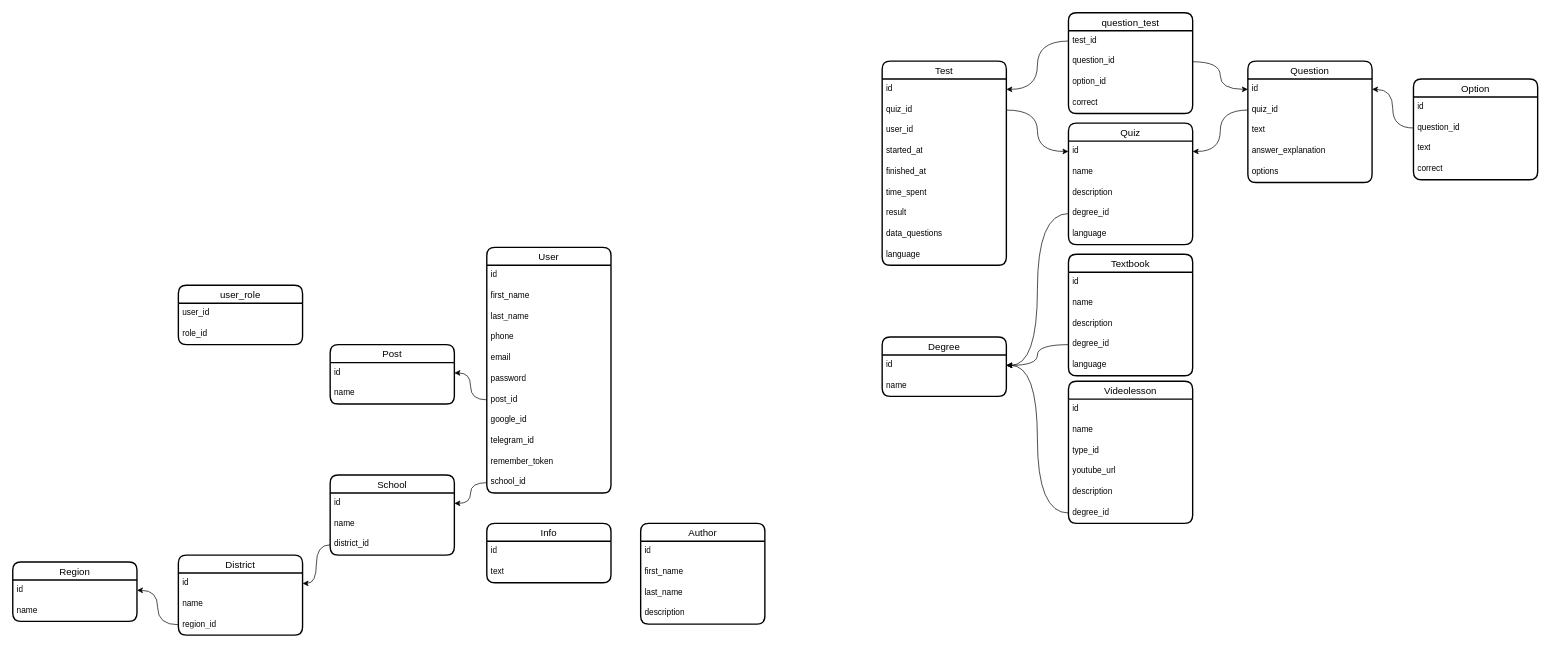
iztileuoff/databases keeps this draw.io diagram as karsoft-learn-platform.drawio. Above is the earlier version. Source tidied: cells renumbered, new cells numbered last; positions are measured from the earlier drawing's top-left corner, leaving out a move shared by most shapes. Both pictures are drawn from the tidied source at 69%, with x=0, y=0 at pixel (12, 12).
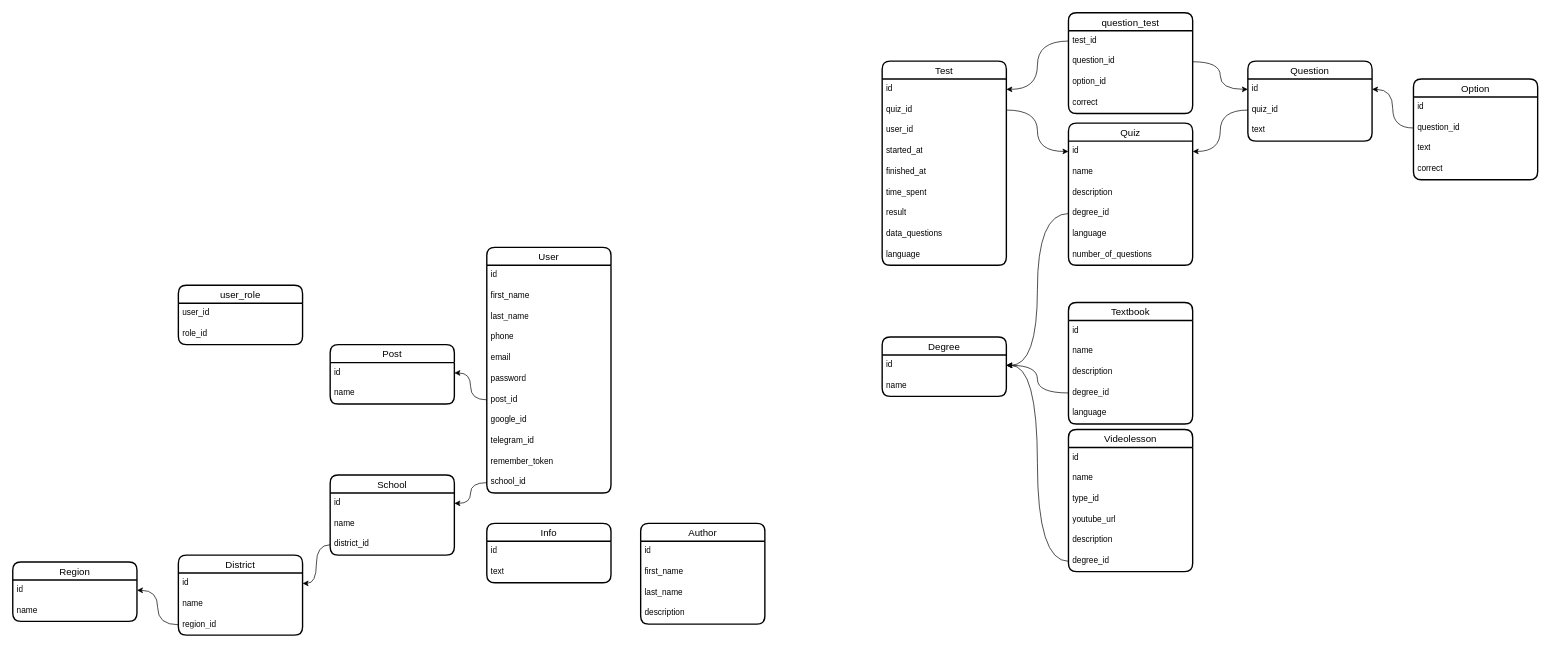
Above is the later version.

Change to the diagram source:
```diff
@@
     <mxCell id="20" value="Quiz" style="swimlane;fontStyle=0;horizontal=1;startSize=26;align=center;fontSize=14;strokeWidth=2;rounded=1;shadow=0;glass=0;swimlaneLine=1;labelBackgroundColor=none;labelBorderColor=none;textShadow=0;" parent="1" vertex="1">
-      <mxGeometry x="1530" y="160" width="180" height="176" as="geometry" />
+      <mxGeometry x="1530" y="160" width="180" height="206" as="geometry" />
     </mxCell>
@@
+    <mxCell id="99" value="number_of_questions" style="text;strokeColor=none;fillColor=none;spacingLeft=4;spacingRight=4;overflow=hidden;fontSize=12;whiteSpace=wrap;html=1;" parent="20" vertex="1">
+      <mxGeometry y="176" width="180" height="30" as="geometry" />
+    </mxCell>
     <mxCell id="26" value="Question" style="swimlane;fontStyle=0;horizontal=1;startSize=26;align=center;fontSize=14;strokeWidth=2;rounded=1;shadow=0;glass=0;swimlaneLine=1;labelBackgroundColor=none;labelBorderColor=none;textShadow=0;" parent="1" vertex="1">
-      <mxGeometry x="1790" y="70" width="180" height="176" as="geometry" />
+      <mxGeometry x="1790" y="70" width="180" height="116" as="geometry" />
     </mxCell>
@@
-    <mxCell id="30" value="answer_explanation" style="text;strokeColor=none;fillColor=none;spacingLeft=4;spacingRight=4;overflow=hidden;fontSize=12;whiteSpace=wrap;html=1;" parent="26" vertex="1">
-      <mxGeometry y="116" width="180" height="30" as="geometry" />
-    </mxCell>
-    <mxCell id="31" value="options" style="text;strokeColor=none;fillColor=none;spacingLeft=4;spacingRight=4;overflow=hidden;fontSize=12;whiteSpace=wrap;html=1;" parent="26" vertex="1">
-      <mxGeometry y="146" width="180" height="30" as="geometry" />
-    </mxCell>
@@
     <mxCell id="57" value="Textbook" style="swimlane;fontStyle=0;horizontal=1;startSize=26;align=center;fontSize=14;strokeWidth=2;rounded=1;shadow=0;glass=0;swimlaneLine=1;labelBackgroundColor=none;labelBorderColor=none;textShadow=0;" parent="1" vertex="1">
-      <mxGeometry x="1530" y="350" width="180" height="176" as="geometry" />
+      <mxGeometry x="1530" y="420" width="180" height="176" as="geometry" />
     </mxCell>
@@
     <mxCell id="63" value="Videolesson" style="swimlane;fontStyle=0;horizontal=1;startSize=26;align=center;fontSize=14;strokeWidth=2;rounded=1;shadow=0;glass=0;swimlaneLine=1;labelBackgroundColor=none;labelBorderColor=none;textShadow=0;" parent="1" vertex="1">
-      <mxGeometry x="1530" y="534" width="180" height="206" as="geometry" />
+      <mxGeometry x="1530" y="604" width="180" height="206" as="geometry" />
     </mxCell>
```
